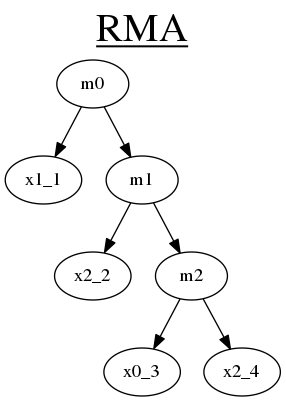
Before: GuiTool/image/RMA/RMADot.png, a diagram exported from Graphviz (iitramar/guiTool). Its source is kept beside it as GuiTool/image/RMA/RMADot.dot. Source of this version:
```dot
digraph minmix{
graph [label= <<u>RMA</u>> , labelloc=t, fontsize=30];
m0 -> x1_1 ;
m0 -> m1;
m1 -> x2_2 ;
m1 -> m2;
m2 -> x0_3 ;
m2 -> x2_4;
}
```
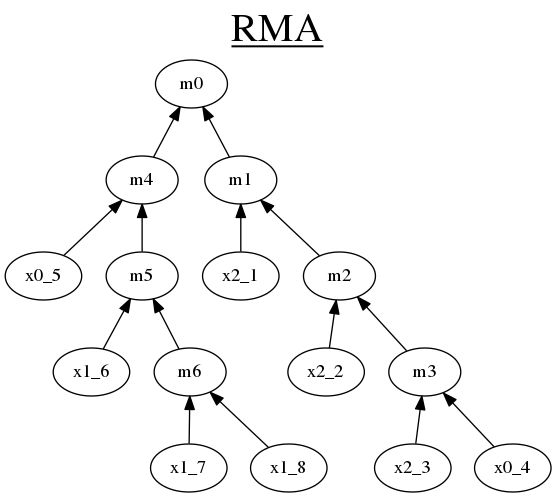
After the change.

The edit, as a diff of the source:
```diff
@@ -1,9 +1,18 @@
 digraph minmix{
+rankdir = BT;
 graph [label= <<u>RMA</u>> , labelloc=t, fontsize=30];
-m0 -> x1_1 ;
-m0 -> m1;
-m1 -> x2_2 ;
-m1 -> m2;
-m2 -> x0_3 ;
-m2 -> x2_4;
+m1 -> m0 ;
+m4 -> m0;
+x2_1 -> m1 ;
+m2 -> m1;
+x2_2 -> m2 ;
+m3 -> m2;
+x2_3 -> m3 ;
+x0_4 -> m3;
+x0_5 -> m4 ;
+m5 -> m4;
+x1_6 -> m5 ;
+m6 -> m5;
+x1_7 -> m6 ;
+x1_8 -> m6;
 }
```
